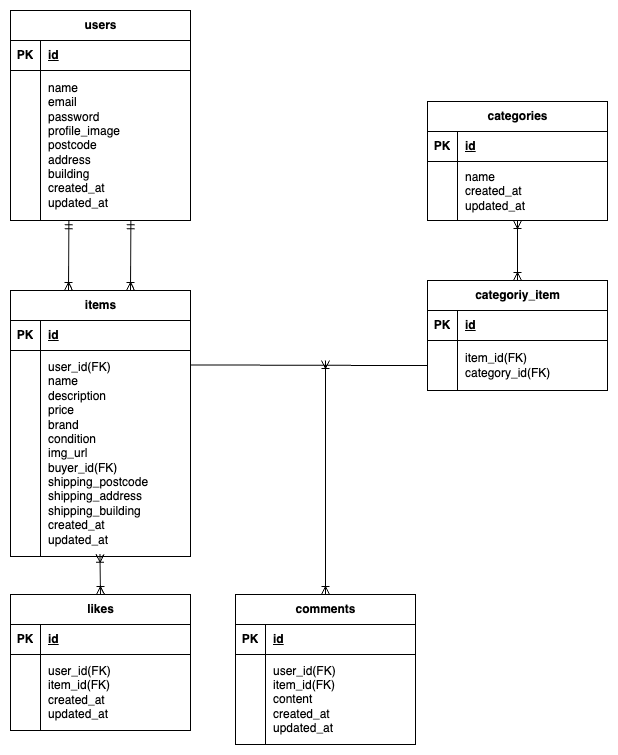
This is er.png from Mantis4590/laravel-fleamarket, a draw.io export, as it was before one commit. Source tidied: cells renumbered, new cells last; positions are measured from the earlier drawing's top-left corner, leaving out a move shared by most shapes.
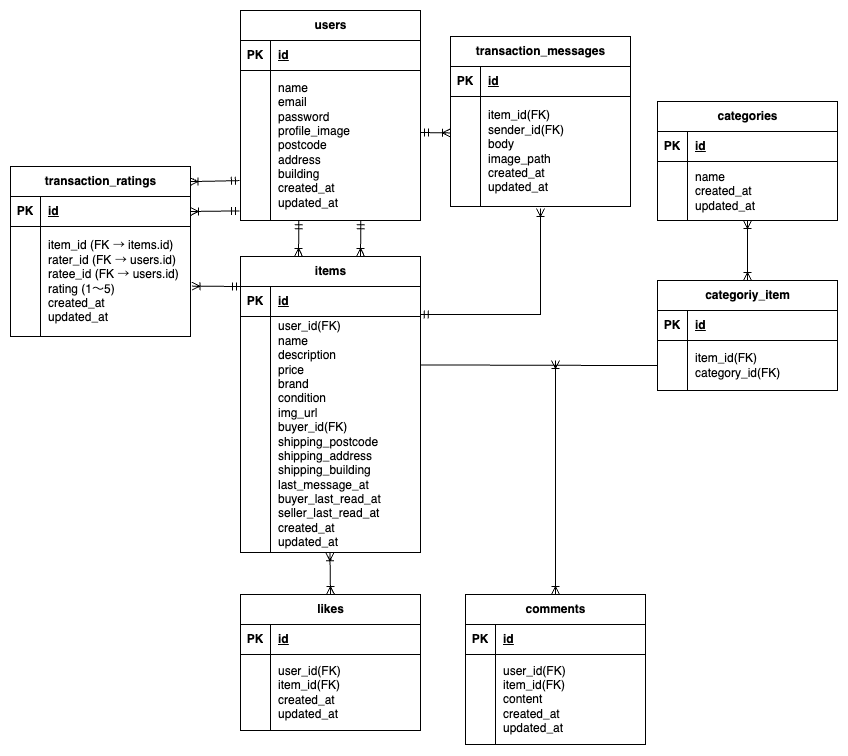
The same diagram one commit later.

What changed in the source:
```diff
@@ -24,7 +24,7 @@
       <mxGeometry x="30" width="150" height="150" as="geometry" />
     </mxCell>
     <mxCell id="9" value="items" style="shape=table;startSize=30;rowLines=0;fontStyle=1;align=center;html=1;" parent="1" vertex="1">
-      <mxGeometry y="280" width="180" height="266" as="geometry" />
+      <mxGeometry y="246" width="180" height="296" as="geometry" />
     </mxCell>
     <mxCell id="10" style="shape=tableRow;horizontal=0;startSize=0;swimlaneHead=0;swimlaneBody=0;fillColor=none;points=[[0,0.5],[1,0.5]];portConstraint=eastwest;top=0;left=0;right=0;bottom=1;" parent="9" vertex="1">
       <mxGeometry y="30" width="180" height="30" as="geometry" />
@@ -36,13 +36,13 @@
       <mxGeometry x="30" width="150" height="30" as="geometry" />
     </mxCell>
     <mxCell id="13" style="shape=tableRow;horizontal=0;startSize=0;swimlaneHead=0;swimlaneBody=0;fillColor=none;points=[[0,0.5],[1,0.5]];portConstraint=eastwest;top=0;left=0;right=0;bottom=0;" parent="9" vertex="1">
-      <mxGeometry y="60" width="180" height="206" as="geometry" />
+      <mxGeometry y="60" width="180" height="236" as="geometry" />
     </mxCell>
     <mxCell id="14" style="shape=partialRectangle;fillColor=none;top=0;left=0;bottom=0;right=0;overflow=hidden;whiteSpace=wrap;html=1;" parent="13" vertex="1">
-      <mxGeometry width="30" height="206" as="geometry" />
+      <mxGeometry width="30" height="236" as="geometry" />
     </mxCell>
-    <mxCell id="15" value="user_id(FK)&lt;div&gt;name&lt;/div&gt;&lt;div&gt;description&lt;/div&gt;&lt;div&gt;price&lt;/div&gt;&lt;div&gt;brand&lt;/div&gt;&lt;div&gt;condition&lt;/div&gt;&lt;div&gt;img_url&lt;/div&gt;&lt;div&gt;buyer_id(FK)&lt;/div&gt;&lt;div&gt;shipping_postcode&lt;/div&gt;&lt;div&gt;shipping_address&lt;/div&gt;&lt;div&gt;shipping_building&lt;/div&gt;&lt;div&gt;created_at&lt;/div&gt;&lt;div&gt;updated_at&lt;/div&gt;" style="shape=partialRectangle;fillColor=none;top=0;left=0;bottom=0;right=0;align=left;spacingLeft=6;overflow=hidden;whiteSpace=wrap;html=1;" parent="13" vertex="1">
-      <mxGeometry x="30" width="150" height="206" as="geometry" />
+    <mxCell id="15" value="user_id(FK)&lt;div&gt;name&lt;/div&gt;&lt;div&gt;description&lt;/div&gt;&lt;div&gt;price&lt;/div&gt;&lt;div&gt;brand&lt;/div&gt;&lt;div&gt;condition&lt;/div&gt;&lt;div&gt;img_url&lt;/div&gt;&lt;div&gt;buyer_id(FK)&lt;/div&gt;&lt;div&gt;shipping_postcode&lt;/div&gt;&lt;div&gt;shipping_address&lt;/div&gt;&lt;div&gt;shipping_building&lt;/div&gt;&lt;div&gt;last_message_at&amp;nbsp;&lt;/div&gt;&lt;div&gt;buyer_last_read_at&lt;/div&gt;&lt;div&gt;&lt;span style=&quot;background-color: transparent;&quot;&gt;seller_last_read_at&lt;/span&gt;&lt;/div&gt;&lt;div&gt;created_at&lt;/div&gt;&lt;div&gt;updated_at&lt;/div&gt;" style="shape=partialRectangle;fillColor=none;top=0;left=0;bottom=0;right=0;align=left;spacingLeft=6;overflow=hidden;whiteSpace=wrap;html=1;" parent="13" vertex="1">
+      <mxGeometry x="30" width="150" height="236" as="geometry" />
     </mxCell>
     <mxCell id="16" value="categories" style="shape=table;startSize=30;rowLines=0;fontStyle=1;align=center;html=1;" parent="1" vertex="1">
       <mxGeometry x="417" y="91" width="180" height="119" as="geometry" />
@@ -128,16 +128,16 @@
     <mxCell id="43" value="user_id(FK)&lt;div&gt;item_id(FK)&lt;/div&gt;&lt;div&gt;content&lt;/div&gt;&lt;div&gt;created_at&lt;/div&gt;&lt;div&gt;updated_at&lt;/div&gt;" style="shape=partialRectangle;fillColor=none;top=0;left=0;bottom=0;right=0;align=left;spacingLeft=6;overflow=hidden;whiteSpace=wrap;html=1;" parent="41" vertex="1">
       <mxGeometry x="30" width="150" height="90" as="geometry" />
     </mxCell>
-    <mxCell id="44" style="fontSize=12;html=1;endArrow=ERoneToMany;startArrow=ERmandOne;exitX=0.502;exitY=1.01;exitDx=0;exitDy=0;exitPerimeter=0;entryX=0.5;entryY=0;entryDx=0;entryDy=0;rounded=0;" parent="1" edge="1">
+    <mxCell id="44" style="fontSize=12;html=1;endArrow=ERoneToMany;startArrow=ERmandOne;exitX=0.502;exitY=1.01;exitDx=0;exitDy=0;exitPerimeter=0;rounded=0;" parent="1" edge="1">
       <mxGeometry relative="1" as="geometry">
         <mxPoint x="58.4" y="210.3" as="sourcePoint" />
-        <mxPoint x="58" y="280" as="targetPoint" />
+        <mxPoint x="58" y="246" as="targetPoint" />
       </mxGeometry>
     </mxCell>
     <mxCell id="45" style="fontSize=12;html=1;endArrow=ERoneToMany;startArrow=ERoneToMany;rounded=0;strokeColor=default;align=center;verticalAlign=middle;fontFamily=Helvetica;fontColor=default;labelBackgroundColor=default;exitX=0.5;exitY=0;exitDx=0;exitDy=0;" parent="1" edge="1" source="23" target="20">
       <mxGeometry relative="1" as="geometry" />
     </mxCell>
-    <mxCell id="46" style="fontSize=12;html=1;endArrow=ERoneToMany;startArrow=ERoneToMany;rounded=0;strokeColor=default;align=center;verticalAlign=middle;fontFamily=Helvetica;fontColor=default;labelBackgroundColor=default;exitX=0.5;exitY=0;exitDx=0;exitDy=0;entryX=0.497;entryY=0.989;entryDx=0;entryDy=0;entryPerimeter=0;" parent="1" edge="1" source="30" target="13">
+    <mxCell id="46" style="fontSize=12;html=1;endArrow=ERoneToMany;startArrow=ERoneToMany;rounded=0;strokeColor=default;align=center;verticalAlign=middle;fontFamily=Helvetica;fontColor=default;labelBackgroundColor=default;exitX=0.5;exitY=0;exitDx=0;exitDy=0;entryX=0.497;entryY=1.001;entryDx=0;entryDy=0;entryPerimeter=0;" parent="1" edge="1" source="30" target="13">
       <mxGeometry relative="1" as="geometry" />
     </mxCell>
     <mxCell id="47" style="endArrow=none;html=1;rounded=0;strokeColor=default;align=center;verticalAlign=middle;fontFamily=Helvetica;fontSize=12;fontColor=default;labelBackgroundColor=default;edgeStyle=entityRelationEdgeStyle;curved=0;entryX=0;entryY=0.5;entryDx=0;entryDy=0;" parent="1" edge="1" target="27">
@@ -150,11 +150,75 @@
         <mxPoint x="315" y="350" as="targetPoint" />
       </mxGeometry>
     </mxCell>
-    <mxCell id="49" style="fontSize=12;html=1;endArrow=ERoneToMany;startArrow=ERmandOne;exitX=0.502;exitY=1.01;exitDx=0;exitDy=0;exitPerimeter=0;entryX=0.5;entryY=0;entryDx=0;entryDy=0;rounded=0;" parent="1" edge="1">
+    <mxCell id="49" style="fontSize=12;html=1;endArrow=ERoneToMany;startArrow=ERmandOne;exitX=0.502;exitY=1.01;exitDx=0;exitDy=0;exitPerimeter=0;rounded=0;" parent="1" edge="1">
       <mxGeometry relative="1" as="geometry">
         <mxPoint x="120.4" y="210.3" as="sourcePoint" />
-        <mxPoint x="120" y="280" as="targetPoint" />
+        <mxPoint x="120" y="246" as="targetPoint" />
       </mxGeometry>
     </mxCell>
+    <mxCell id="50" value="transaction_messages" style="shape=table;startSize=30;rowLines=0;fontStyle=1;align=center;html=1;" parent="1" vertex="1">
+      <mxGeometry x="210" y="26" width="180" height="170" as="geometry" />
+    </mxCell>
+    <mxCell id="51" style="shape=tableRow;horizontal=0;startSize=0;swimlaneHead=0;swimlaneBody=0;fillColor=none;top=0;left=0;right=0;bottom=1;" parent="50" vertex="1">
+      <mxGeometry y="30" width="180" height="30" as="geometry" />
+    </mxCell>
+    <mxCell id="52" value="PK" style="shape=partialRectangle;fillColor=none;top=0;left=0;bottom=0;right=0;fontStyle=1;overflow=hidden;whiteSpace=wrap;html=1;" parent="51" vertex="1">
+      <mxGeometry width="30" height="30" as="geometry" />
+    </mxCell>
+    <mxCell id="53" value="id" style="shape=partialRectangle;fillColor=none;top=0;left=0;bottom=0;right=0;align=left;spacingLeft=6;fontStyle=5;overflow=hidden;whiteSpace=wrap;html=1;" parent="51" vertex="1">
+      <mxGeometry x="30" width="150" height="30" as="geometry" />
+    </mxCell>
+    <mxCell id="54" style="shape=tableRow;horizontal=0;startSize=0;swimlaneHead=0;swimlaneBody=0;fillColor=none;points=[[0,0.5],[1,0.5]];portConstraint=eastwest;top=0;left=0;right=0;bottom=0;" parent="50" vertex="1">
+      <mxGeometry y="60" width="180" height="110" as="geometry" />
+    </mxCell>
+    <mxCell id="55" style="shape=partialRectangle;fillColor=none;top=0;left=0;bottom=0;right=0;overflow=hidden;whiteSpace=wrap;html=1;" parent="54" vertex="1">
+      <mxGeometry width="30" height="110" as="geometry" />
+    </mxCell>
+    <mxCell id="56" value="item_id(FK)&lt;br&gt;&lt;div&gt;sender_id(FK)&lt;/div&gt;&lt;div&gt;body&lt;/div&gt;&lt;div&gt;image_path&amp;nbsp;&lt;/div&gt;&lt;div&gt;created_at&lt;/div&gt;&lt;div&gt;updated_at&lt;/div&gt;" style="shape=partialRectangle;fillColor=none;top=0;left=0;bottom=0;right=0;align=left;spacingLeft=6;overflow=hidden;whiteSpace=wrap;html=1;" parent="54" vertex="1">
+      <mxGeometry x="30" width="150" height="110" as="geometry" />
+    </mxCell>
+    <mxCell id="57" style="fontSize=12;html=1;endArrow=ERoneToMany;startArrow=ERmandOne;rounded=0;entryX=0;entryY=0.331;entryDx=0;entryDy=0;entryPerimeter=0;" parent="1" edge="1" target="54">
+      <mxGeometry relative="1" as="geometry">
+        <mxPoint x="180" y="122" as="sourcePoint" />
+      </mxGeometry>
+    </mxCell>
+    <mxCell id="58" style="fontSize=12;html=1;endArrow=ERoneToMany;startArrow=ERmandOne;rounded=0;entryX=0.496;entryY=1.018;entryDx=0;entryDy=0;entryPerimeter=0;exitX=0.999;exitY=0.933;exitDx=0;exitDy=0;exitPerimeter=0;edgeStyle=orthogonalEdgeStyle;" parent="1" edge="1" source="10" target="54">
+      <mxGeometry relative="1" as="geometry">
+        <Array as="points">
+          <mxPoint x="300" y="304" />
+          <mxPoint x="300" y="198" />
+        </Array>
+      </mxGeometry>
+    </mxCell>
+    <mxCell id="59" value="transaction_ratings" style="shape=table;startSize=30;rowLines=0;fontStyle=1;align=center;html=1;" parent="1" vertex="1">
+      <mxGeometry x="-230" y="156" width="180" height="170" as="geometry" />
+    </mxCell>
+    <mxCell id="60" style="shape=tableRow;horizontal=0;startSize=0;swimlaneHead=0;swimlaneBody=0;fillColor=none;points=[[0,0.5],[1,0.5]];portConstraint=eastwest;top=0;left=0;right=0;bottom=1;" parent="59" vertex="1">
+      <mxGeometry y="30" width="180" height="30" as="geometry" />
+    </mxCell>
+    <mxCell id="61" value="PK" style="shape=partialRectangle;fillColor=none;top=0;left=0;bottom=0;right=0;fontStyle=1;overflow=hidden;whiteSpace=wrap;html=1;" parent="60" vertex="1">
+      <mxGeometry width="30" height="30" as="geometry" />
+    </mxCell>
+    <mxCell id="62" value="id" style="shape=partialRectangle;fillColor=none;top=0;left=0;bottom=0;right=0;align=left;spacingLeft=6;fontStyle=5;overflow=hidden;whiteSpace=wrap;html=1;" parent="60" vertex="1">
+      <mxGeometry x="30" width="150" height="30" as="geometry" />
+    </mxCell>
+    <mxCell id="63" style="shape=tableRow;horizontal=0;startSize=0;swimlaneHead=0;swimlaneBody=0;fillColor=none;points=[[0,0.5],[1,0.5]];portConstraint=eastwest;top=0;left=0;right=0;bottom=0;" parent="59" vertex="1">
+      <mxGeometry y="60" width="180" height="110" as="geometry" />
+    </mxCell>
+    <mxCell id="64" style="shape=partialRectangle;fillColor=none;top=0;left=0;bottom=0;right=0;overflow=hidden;whiteSpace=wrap;html=1;" parent="63" vertex="1">
+      <mxGeometry width="30" height="110" as="geometry" />
+    </mxCell>
+    <mxCell id="65" value="item_id (FK → items.id)&lt;br&gt;&lt;div&gt;rater_id (FK → users.id)&lt;/div&gt;&lt;div&gt;ratee_id (FK → users.id)&amp;nbsp;&lt;/div&gt;&lt;div&gt;rating (1〜5)&lt;/div&gt;&lt;div&gt;created_at&lt;/div&gt;&lt;div&gt;updated_at&lt;/div&gt;" style="shape=partialRectangle;fillColor=none;top=0;left=0;bottom=0;right=0;align=left;spacingLeft=6;overflow=hidden;whiteSpace=wrap;html=1;" parent="63" vertex="1">
+      <mxGeometry x="30" width="150" height="110" as="geometry" />
+    </mxCell>
+    <mxCell id="66" style="fontSize=12;html=1;endArrow=ERoneToMany;startArrow=ERmandOne;rounded=0;entryX=0.997;entryY=0.089;entryDx=0;entryDy=0;entryPerimeter=0;exitX=-0.006;exitY=0.734;exitDx=0;exitDy=0;exitPerimeter=0;" parent="1" edge="1" source="6" target="59">
+      <mxGeometry relative="1" as="geometry" />
+    </mxCell>
+    <mxCell id="67" style="fontSize=12;html=1;endArrow=ERoneToMany;startArrow=ERmandOne;rounded=0;entryX=1.008;entryY=0.542;entryDx=0;entryDy=0;entryPerimeter=0;exitX=0;exitY=0;exitDx=0;exitDy=0;exitPerimeter=0;" parent="1" edge="1" source="10" target="63">
+      <mxGeometry relative="1" as="geometry" />
+    </mxCell>
+    <mxCell id="68" style="fontSize=12;html=1;endArrow=ERoneToMany;startArrow=ERmandOne;rounded=0;exitX=-0.006;exitY=0.936;exitDx=0;exitDy=0;exitPerimeter=0;entryX=1;entryY=0.5;entryDx=0;entryDy=0;" parent="1" edge="1" source="6" target="60">
+      <mxGeometry relative="1" as="geometry" />
+    </mxCell>
   </root>
 </mxGraphModel>
```
